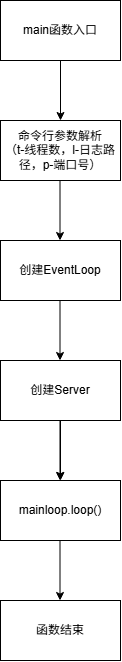
The draw.io diagram codestreampicture.drawio.png in Smallwhile-huihiu/MyHttpServer, before a commit. Source tidied: cells renumbered, new cells last; positions are measured from the earlier drawing's top-left corner, leaving out a move shared by most shapes.
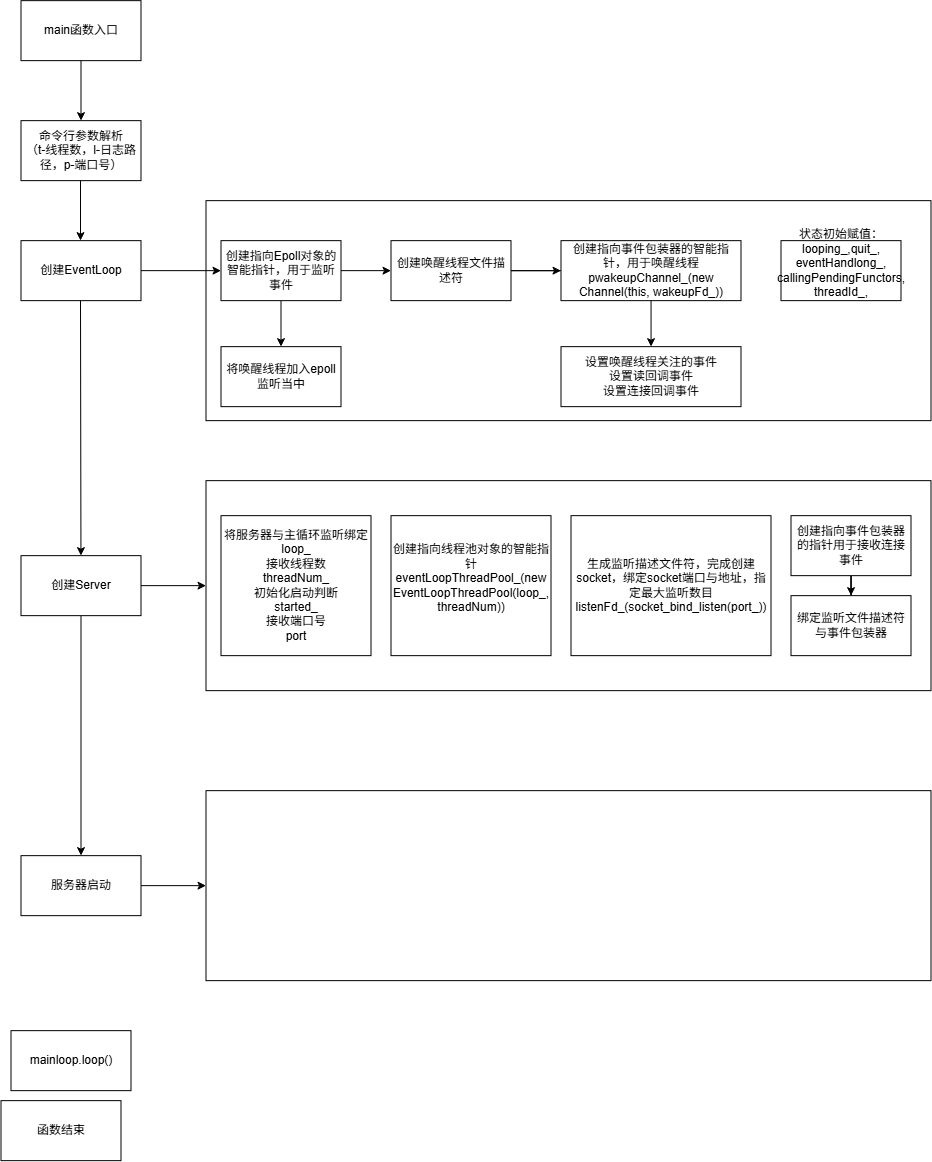
Above is the later version.

Change to the diagram source:
```diff
@@ -2,6 +2,9 @@
   <root>
     <mxCell id="0" />
     <mxCell id="1" parent="0" />
+    <mxCell id="14" style="rounded=0;whiteSpace=wrap;html=1;" parent="1" vertex="1">
+      <mxGeometry x="185" y="200" width="725" height="220" as="geometry" />
+    </mxCell>
     <mxCell id="2" value="main函数入口" style="rounded=0;whiteSpace=wrap;html=1;" parent="1" vertex="1">
       <mxGeometry width="120" height="60" as="geometry" />
     </mxCell>
@@ -13,6 +16,9 @@
     <mxCell id="4" value="命令行参数解析&lt;br&gt;（t-线程数，l-日志路径，p-端口号）" style="rounded=0;whiteSpace=wrap;html=1;" parent="1" vertex="1">
       <mxGeometry y="120" width="120" height="60" as="geometry" />
     </mxCell>
+    <mxCell id="15" style="edgeStyle=orthogonalEdgeStyle;rounded=0;jettySize=auto;html=1;" parent="1" edge="1" source="5" target="20">
+      <mxGeometry relative="1" as="geometry" />
+    </mxCell>
     <mxCell id="5" value="创建EventLoop" style="rounded=0;whiteSpace=wrap;html=1;" parent="1" vertex="1">
       <mxGeometry y="240" width="120" height="60" as="geometry" />
     </mxCell>
@@ -22,35 +28,85 @@
         <mxPoint x="59.5" y="240" as="targetPoint" />
       </mxGeometry>
     </mxCell>
-    <mxCell id="7" style="edgeStyle=orthogonalEdgeStyle;rounded=0;jettySize=auto;html=1;" parent="1" edge="1" source="8" target="10">
-      <mxGeometry relative="1" as="geometry" />
-    </mxCell>
+    <mxCell id="16" style="edgeStyle=orthogonalEdgeStyle;rounded=0;jettySize=auto;html=1;" parent="1" edge="1" source="8" target="28">
+      <mxGeometry relative="1" as="geometry" />
+    </mxCell>
+    <mxCell id="17" style="edgeStyle=orthogonalEdgeStyle;rounded=0;jettySize=auto;html=1;" parent="1" edge="1" source="8" target="36">
+      <mxGeometry relative="1" as="geometry" />
+    </mxCell>
     <mxCell id="8" value="创建Server" style="rounded=0;whiteSpace=wrap;html=1;" parent="1" vertex="1">
-      <mxGeometry y="360" width="120" height="60" as="geometry" />
+      <mxGeometry y="555" width="120" height="60" as="geometry" />
     </mxCell>
-    <mxCell id="9" style="endArrow=classic;html=1;rounded=0;exitX=0.5;exitY=1;exitDx=0;exitDy=0;" parent="1" edge="1">
+    <mxCell id="9" style="endArrow=classic;html=1;rounded=0;exitX=0.5;exitY=1;exitDx=0;exitDy=0;" parent="1" edge="1" target="8">
       <mxGeometry relative="1" as="geometry">
         <mxPoint x="59.5" y="300" as="sourcePoint" />
-        <mxPoint x="59.5" y="360" as="targetPoint" />
       </mxGeometry>
     </mxCell>
     <mxCell id="10" value="mainloop.loop()" style="rounded=0;whiteSpace=wrap;html=1;" parent="1" vertex="1">
-      <mxGeometry y="480" width="120" height="60" as="geometry" />
+      <mxGeometry x="-10" y="1030" width="120" height="60" as="geometry" />
     </mxCell>
-    <mxCell id="11" style="endArrow=classic;html=1;rounded=0;exitX=0.5;exitY=1;exitDx=0;exitDy=0;" parent="1" edge="1">
-      <mxGeometry relative="1" as="geometry">
-        <mxPoint x="59.5" y="420" as="sourcePoint" />
-        <mxPoint x="59.5" y="480" as="targetPoint" />
-      </mxGeometry>
-    </mxCell>
     <mxCell id="12" value="函数结束" style="rounded=0;whiteSpace=wrap;html=1;" parent="1" vertex="1">
-      <mxGeometry y="600" width="120" height="60" as="geometry" />
+      <mxGeometry x="-20" y="1100" width="120" height="60" as="geometry" />
     </mxCell>
-    <mxCell id="13" style="endArrow=classic;html=1;rounded=0;exitX=0.5;exitY=1;exitDx=0;exitDy=0;" parent="1" edge="1">
-      <mxGeometry relative="1" as="geometry">
-        <mxPoint x="59.5" y="540" as="sourcePoint" />
-        <mxPoint x="59.5" y="600" as="targetPoint" />
-      </mxGeometry>
-    </mxCell>
+    <mxCell id="18" style="edgeStyle=orthogonalEdgeStyle;rounded=0;jettySize=auto;html=1;" parent="1" edge="1" source="20" target="23">
+      <mxGeometry relative="1" as="geometry" />
+    </mxCell>
+    <mxCell id="19" style="edgeStyle=orthogonalEdgeStyle;rounded=0;jettySize=auto;html=1;" parent="1" edge="1" source="20" target="27">
+      <mxGeometry relative="1" as="geometry" />
+    </mxCell>
+    <mxCell id="20" value="创建指向Epoll对象的智能指针，用于监听事件" style="rounded=0;whiteSpace=wrap;html=1;" parent="1" vertex="1">
+      <mxGeometry x="200" y="240" width="120" height="60" as="geometry" />
+    </mxCell>
+    <mxCell id="21" style="edgeStyle=orthogonalEdgeStyle;rounded=0;jettySize=auto;html=1;" parent="1" edge="1" source="23" target="25">
+      <mxGeometry relative="1" as="geometry" />
+    </mxCell>
+    <mxCell id="22" style="edgeStyle=orthogonalEdgeStyle;rounded=0;jettySize=auto;html=1;" parent="1" edge="1" source="23" target="26">
+      <mxGeometry relative="1" as="geometry" />
+    </mxCell>
+    <mxCell id="23" value="创建唤醒线程文件描述符" style="rounded=0;whiteSpace=wrap;html=1;" parent="1" vertex="1">
+      <mxGeometry x="370" y="240" width="120" height="60" as="geometry" />
+    </mxCell>
+    <mxCell id="24" value="状态初始赋值：looping_,quit_,&lt;div&gt;eventHandlong_,&lt;/div&gt;&lt;div&gt;callingPendingFunctors,&lt;/div&gt;&lt;div&gt;threadId_,&lt;br&gt;&lt;div&gt;&lt;br&gt;&lt;/div&gt;&lt;/div&gt;" style="whiteSpace=wrap;html=1;rounded=0;" parent="1" vertex="1">
+      <mxGeometry x="760" y="240" width="120" height="60" as="geometry" />
+    </mxCell>
+    <mxCell id="25" value="创建指向事件包装器的智能指针，用于唤醒线程&lt;div&gt;pwakeupChannel_(new Channel(this, wakeupFd_))&lt;/div&gt;" style="whiteSpace=wrap;html=1;rounded=0;" parent="1" vertex="1">
+      <mxGeometry x="540" y="240" width="180" height="60" as="geometry" />
+    </mxCell>
+    <mxCell id="26" value="&lt;div&gt;设置唤醒线程关注的事件&lt;/div&gt;设置读回调事件&lt;div&gt;设置连接回调事件&lt;/div&gt;" style="whiteSpace=wrap;html=1;rounded=0;" parent="1" vertex="1">
+      <mxGeometry x="540" y="346" width="180" height="60" as="geometry" />
+    </mxCell>
+    <mxCell id="27" value="将唤醒线程加入epoll监听当中" style="whiteSpace=wrap;html=1;rounded=0;" parent="1" vertex="1">
+      <mxGeometry x="200" y="346" width="120" height="60" as="geometry" />
+    </mxCell>
+    <mxCell id="28" style="whiteSpace=wrap;html=1;rounded=0;" parent="1" vertex="1">
+      <mxGeometry x="185" y="480" width="725" height="210" as="geometry" />
+    </mxCell>
+    <mxCell id="29" value="将服务器与主循环监听绑定&lt;div&gt;loop_&lt;/div&gt;&lt;div&gt;接收线程数&lt;/div&gt;&lt;div&gt;threadNum_&lt;/div&gt;&lt;div&gt;初始化启动判断&lt;/div&gt;&lt;div&gt;started_&lt;/div&gt;&lt;div&gt;接收端口号&lt;/div&gt;&lt;div&gt;port&lt;/div&gt;" style="rounded=0;whiteSpace=wrap;html=1;" parent="1" vertex="1">
+      <mxGeometry x="200" y="515" width="150" height="140" as="geometry" />
+    </mxCell>
+    <mxCell id="30" value="创建指向线程池对象的智能指针&lt;div&gt;eventLoopThreadPool_(new EventLoopThreadPool(loop_, threadNum))&lt;span style=&quot;color: light-dark(rgba(0, 0, 0, 0), rgba(237, 237, 237, 0)); font-family: monospace; font-size: 0px; text-align: start; white-space: nowrap; background-color: transparent;&quot;&gt;xGraphModel%3E%3Croot%3E%3CmxCell%20id%3D%220%22%2F%3E%3CmxCell%20id%3D%221%22%20parent%3D%220%22%2F%3E%3CmxCell%20id%3D%222%22%20parent%3D%221%22%20style%3D%22rounded%3D0%3BwhiteSpace%3Dwrap%3Bhtml%3D1%3B%22%20value%3D%22%E5%B0%86%E6%9C%8D%E5%8A%A1%E5%99%A8%E4%B8%8E%E4%B8%BB%E5%BE%AA%E7%8E%AF%E7%9B%91%E5%90%AC%E7%BB%91%E5%AE%9A%26lt%3Bdiv%26gt%3Bloop_%26lt%3B%2Fdiv%26gt%3B%26lt%3Bdiv%26gt%3B%E6%8E%A5%E6%94%B6%E7%BA%BF%E7%A8%8B%E6%95%B0%26lt%3B%2Fdiv%26gt%3B%26lt%3Bdiv%26gt%3BthreadNum_%26lt%3B%2Fdiv%26gt%3B%22%20vertex%3D%221%22%3E%3CmxGeometry%20height%3D%2297%22%20width%3D%22120%22%20x%3D%22280%22%20y%3D%22-610%22%20as%3D%22geometry%22%2F%3E%3C%2FmxCell%3E%3C%2Froot%3E%3C%2FmxGraphModel%3E&lt;/span&gt;&lt;div&gt;&lt;span style=&quot;color: rgba(0, 0, 0, 0); font-family: monospace; font-size: 0px; text-align: start; white-space: nowrap;&quot;&gt;%3CmxGraphModel%3E%3Croot%3E%3CmxCell%20id%3D%220%22%2F%3E%3CmxCell%20id%3D%221%22%20parent%3D%220%22%2F%3E%3CmxCell%20id%3D%222%22%20parent%3D%221%22%20style%3D%22rounded%3D0%3BwhiteSpace%3Dwrap%3Bhtml%3D1%3B%22%20value%3D%22%E5%B0%86%E6%9C%8D%E5%8A%A1%E5%99%A8%E4%B8%8E%E4%B8%BB%E5%BE%AA%E7%8E%AF%E7%9B%91%E5%90%AC%E7%BB%91%E5%AE%9A%26lt%3Bdiv%26gt%3Bloop_%26lt%3B%2Fdiv%26gt%3B%26lt%3Bdiv%26gt%3B%E6%8E%A5%E6%94%B6%E7%BA%BF%E7%A8%8B%E6%95%B0%26lt%3B%2Fdiv%26gt%3B%26lt%3Bdiv%26gt%3BthreadNum_%26lt%3B%2Fdiv%26gt%3B%22%20vertex%3D%221%22%3E%3CmxGeometry%20height%3D%2297%22%20width%3D%22120%22%20x%3D%22280%22%20y%3D%22-610%22%20as%3D%22geometry%22%2F%3E%3C%2FmxCell%3E%3C%2Froot%3E%3C%2FmxGraphModel%3E&lt;/span&gt;&lt;span style=&quot;color: rgba(0, 0, 0, 0); font-family: monospace; font-size: 0px; text-align: start; white-space: nowrap; background-color: transparent;&quot;&gt;%3CmxGraphModel%3E%3Croot%3E%3CmxCell%20id%3D%220%22%2F%3E%3CmxCell%20id%3D%221%22%20parent%3D%220%22%2F%3E%3CmxCell%20id%3D%222%22%20parent%3D%221%22%20style%3D%22rounded%3D0%3BwhiteSpace%3Dwrap%3Bhtml%3D1%3B%22%20value%3D%22%E5%B0%86%E6%9C%8D%E5%8A%A1%E5%99%A8%E4%B8%8E%E4%B8%BB%E5%BE%AA%E7%8E%AF%E7%9B%91%E5%90%AC%E7%BB%91%E5%AE%9A%26lt%3Bdiv%26gt%3Bloop_%26lt%3B%2Fdiv%26gt%3B%26lt%3Bdiv%26gt%3B%E6%8E%A5%E6%94%B6%E7%BA%BF%E7%A8%8B%E6%95%B0%26lt%3B%2Fdiv%26gt%3B%26lt%3Bdiv%26gt%3BthreadNum_%26lt%3B%2Fdiv%26gt%3B%22%20vertex%3D%221%22%3E%3CmxGeometry%20height%3D%2297%22%20width%3D%22120%22%20x%3D%22280%22%20y%3D%22-610%22%20as%3D%22geometry%22%2F%3E%3C%2FmxCell%3E%3C%2Froot%3E%3C%2FmxGraphModel%3E&lt;/span&gt;&lt;/div&gt;&lt;/div&gt;" style="rounded=0;whiteSpace=wrap;html=1;" parent="1" vertex="1">
+      <mxGeometry x="370" y="515" width="160" height="140" as="geometry" />
+    </mxCell>
+    <mxCell id="31" style="edgeStyle=orthogonalEdgeStyle;rounded=0;jettySize=auto;html=1;" parent="1" edge="1" source="32" target="33">
+      <mxGeometry relative="1" as="geometry" />
+    </mxCell>
+    <mxCell id="32" value="创建指向事件包装器的指针用于接收连接事件" style="rounded=0;whiteSpace=wrap;html=1;" parent="1" vertex="1">
+      <mxGeometry x="770" y="515" width="120" height="60" as="geometry" />
+    </mxCell>
+    <mxCell id="33" value="绑定监听文件描述符与事件包装器" style="whiteSpace=wrap;html=1;rounded=0;" parent="1" vertex="1">
+      <mxGeometry x="770" y="595" width="120" height="60" as="geometry" />
+    </mxCell>
+    <mxCell id="34" value="生成监听描述文件符，完成创建socket，绑定socket端口与地址，指定最大监听数目&lt;div&gt;listenFd_(socket_bind_listen(port_))&lt;/div&gt;" style="whiteSpace=wrap;html=1;rounded=0;" parent="1" vertex="1">
+      <mxGeometry x="550" y="515" width="200" height="140" as="geometry" />
+    </mxCell>
+    <mxCell id="35" style="edgeStyle=orthogonalEdgeStyle;rounded=0;jettySize=auto;html=1;entryX=0;entryY=0.5;entryDx=0;entryDy=0;" parent="1" edge="1" source="36" target="37">
+      <mxGeometry relative="1" as="geometry" />
+    </mxCell>
+    <mxCell id="36" value="服务器启动" style="whiteSpace=wrap;html=1;rounded=0;" parent="1" vertex="1">
+      <mxGeometry y="855" width="120" height="60" as="geometry" />
+    </mxCell>
+    <mxCell id="37" style="whiteSpace=wrap;html=1;rounded=0;" parent="1" vertex="1">
+      <mxGeometry x="185" y="790" width="725" height="190" as="geometry" />
+    </mxCell>
   </root>
 </mxGraphModel>
```
